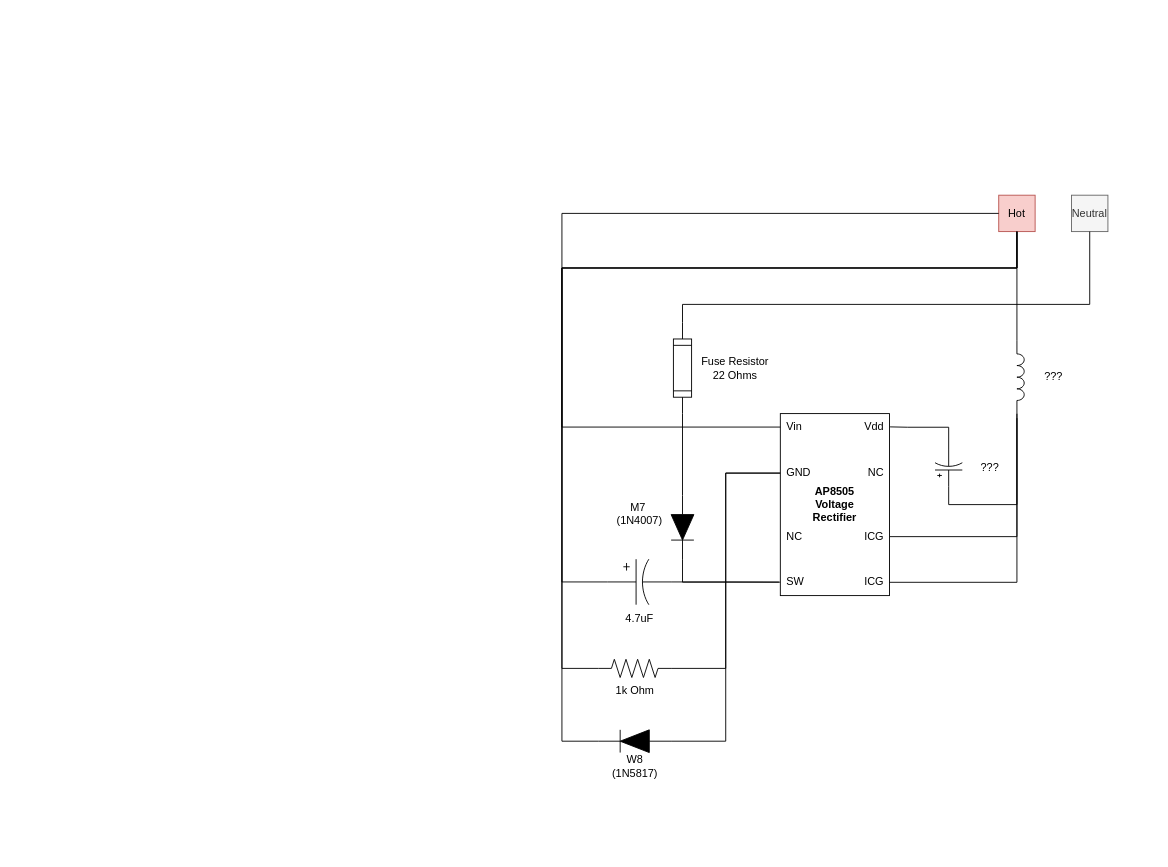
This is documentation/circuit.drawio from mannndrew/BrewBuddy, a draw.io file, before an edit. Source tidied: cells renumbered, new cells numbered last; positions are measured from the earlier drawing's top-left corner, leaving out a move shared by most shapes. Both pictures are drawn from the tidied source at 91%, with x=0, y=0 at pixel (561, 195).
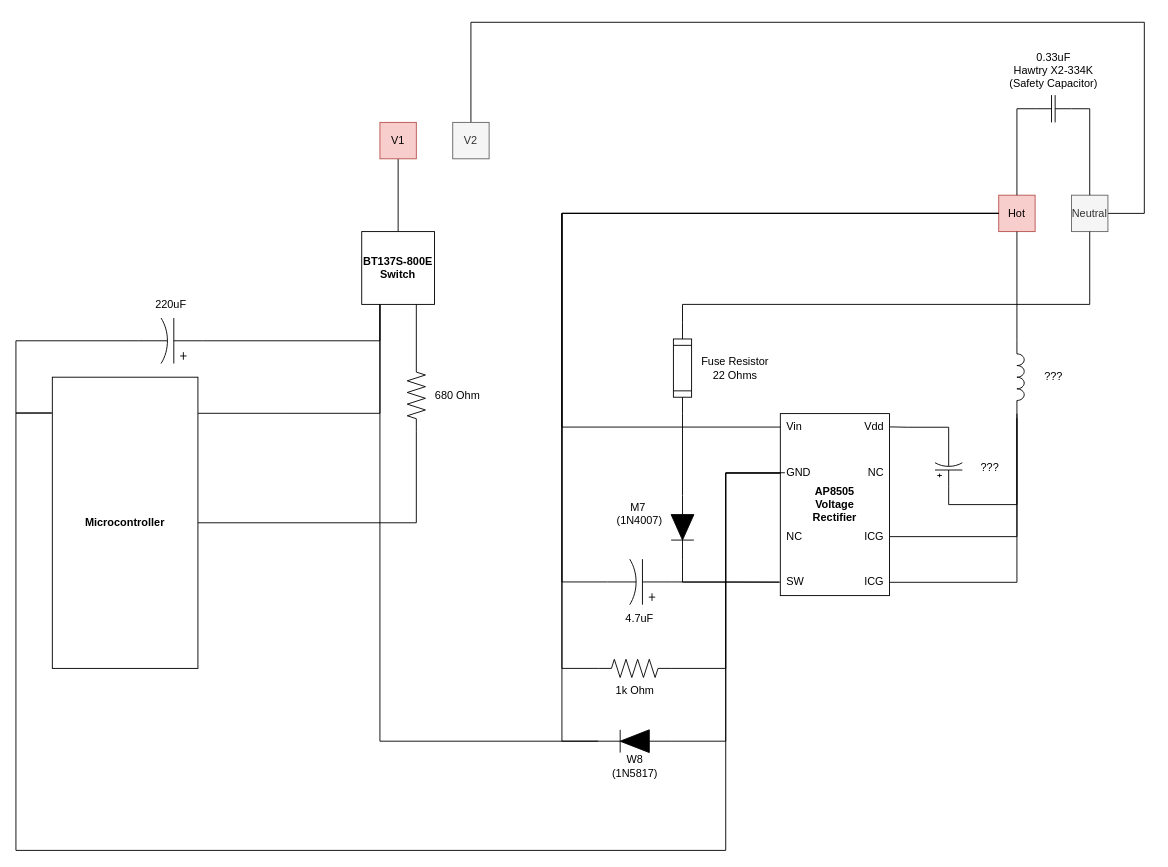
The same page after the edit.

Unchanged cells that the change refers to:
```xml
<mxCell id="2" value="&lt;b&gt;AP8505&lt;br&gt;Voltage&lt;/b&gt;&lt;div&gt;&lt;b&gt;Rectifier&lt;/b&gt;&lt;/div&gt;" style="whiteSpace=wrap;html=1;" parent="1" vertex="1">
  <mxGeometry x="240" y="240" width="120" height="200" as="geometry" />
</mxCell>
<mxCell id="4" value="GND" style="text;html=1;align=left;verticalAlign=middle;points=[];strokeColor=none;fillColor=none;" parent="1" vertex="1">
  <mxGeometry x="245" y="290" width="50" height="30" as="geometry" />
</mxCell>
<mxCell id="11" value="Hot" style="rounded=0;whiteSpace=wrap;html=1;fillColor=#f8cecc;strokeColor=#b85450;" parent="1" vertex="1">
  <mxGeometry x="480" width="40" height="40" as="geometry" />
</mxCell>
<mxCell id="12" value="Neutral" style="rounded=0;whiteSpace=wrap;html=1;fillColor=#f5f5f5;strokeColor=#666666;fontColor=#333333;" parent="1" vertex="1">
  <mxGeometry x="560" width="40" height="40" as="geometry" />
</mxCell>
<mxCell id="34" style="verticalLabelPosition=bottom;shadow=0;dashed=0;align=center;html=1;verticalAlign=top;shape=mxgraph.electrical.resistors.resistor_2;" parent="1" vertex="1">
  <mxGeometry x="40" y="510" width="80" height="20" as="geometry" />
</mxCell>
<mxCell id="36" style="fillColor=strokeColor;verticalLabelPosition=bottom;shadow=0;dashed=0;align=center;html=1;verticalAlign=top;shape=mxgraph.electrical.diodes.diode;direction=west;" parent="1" vertex="1">
  <mxGeometry x="40" y="587.5" width="80" height="25" as="geometry" />
</mxCell>
```

What changed in the source:
```diff
@@
+    <mxCell id="42" style="edgeStyle=orthogonalEdgeStyle;rounded=0;jettySize=auto;html=1;entryX=0.5;entryY=1;entryDx=0;entryDy=0;" parent="1" edge="1" source="12" target="52">
+      <mxGeometry relative="1" as="geometry">
+        <Array as="points">
+          <mxPoint x="640" y="20" />
+          <mxPoint x="640" y="-190" />
+          <mxPoint x="-100" y="-190" />
+        </Array>
+      </mxGeometry>
+    </mxCell>
@@
     <mxCell id="13" style="edgeStyle=orthogonalEdgeStyle;rounded=0;jettySize=auto;html=1;entryX=0;entryY=0.074;entryDx=0;entryDy=0;entryPerimeter=0;endArrow=none;endFill=0;" parent="1" edge="1" source="11" target="2">
       <mxGeometry relative="1" as="geometry">
         <Array as="points">
-          <mxPoint x="500" y="80" />
-          <mxPoint y="80" />
+          <mxPoint y="20" />
           <mxPoint y="255" />
         </Array>
       </mxGeometry>
     </mxCell>
@@
-    <mxCell id="15" style="verticalLabelPosition=bottom;shadow=0;dashed=0;align=center;html=1;verticalAlign=top;shape=mxgraph.electrical.capacitors.capacitor_3;direction=east;" parent="1" vertex="1">
+    <mxCell id="15" style="verticalLabelPosition=bottom;shadow=0;dashed=0;align=center;html=1;verticalAlign=top;shape=mxgraph.electrical.capacitors.capacitor_3;direction=west;" parent="1" vertex="1">
       <mxGeometry x="50" y="400" width="70" height="50" as="geometry" />
     </mxCell>
-    <mxCell id="16" style="edgeStyle=orthogonalEdgeStyle;rounded=0;jettySize=auto;html=1;exitX=1;exitY=0.5;exitDx=0;exitDy=0;exitPerimeter=0;entryX=-0.001;entryY=0.926;entryDx=0;entryDy=0;entryPerimeter=0;endArrow=none;endFill=0;" parent="1" edge="1" source="15" target="2">
-      <mxGeometry relative="1" as="geometry" />
+    <mxCell id="16" style="edgeStyle=orthogonalEdgeStyle;rounded=0;jettySize=auto;html=1;exitX=0;exitY=0.5;exitDx=0;exitDy=0;exitPerimeter=0;entryX=-0.001;entryY=0.926;entryDx=0;entryDy=0;entryPerimeter=0;endArrow=none;endFill=0;" parent="1" edge="1" source="15" target="2">
+      <mxGeometry relative="1" as="geometry">
+        <Array as="points">
+          <mxPoint x="180" y="425" />
+          <mxPoint x="180" y="425" />
+        </Array>
+      </mxGeometry>
     </mxCell>
@@
-    <mxCell id="19" style="edgeStyle=orthogonalEdgeStyle;rounded=0;jettySize=auto;html=1;entryX=0;entryY=0.5;entryDx=0;entryDy=0;entryPerimeter=0;endArrow=none;endFill=0;" parent="1" edge="1" source="11" target="15">
+    <mxCell id="19" style="edgeStyle=orthogonalEdgeStyle;rounded=0;jettySize=auto;html=1;endArrow=none;endFill=0;entryX=1;entryY=0.5;entryDx=0;entryDy=0;entryPerimeter=0;" parent="1" edge="1" source="11" target="15">
       <mxGeometry relative="1" as="geometry">
         <Array as="points">
-          <mxPoint x="500" y="80" />
-          <mxPoint y="80" />
+          <mxPoint y="20" />
           <mxPoint y="425" />
         </Array>
       </mxGeometry>
     </mxCell>
@@
+    <mxCell id="43" style="edgeStyle=orthogonalEdgeStyle;rounded=0;jettySize=auto;html=1;exitX=1;exitY=0.5;exitDx=0;exitDy=0;exitPerimeter=0;entryX=0.25;entryY=1;entryDx=0;entryDy=0;endArrow=none;endFill=0;" parent="1" edge="1" source="36" target="50">
+      <mxGeometry relative="1" as="geometry" />
+    </mxCell>
@@
     <mxCell id="38" style="edgeStyle=orthogonalEdgeStyle;rounded=0;jettySize=auto;html=1;entryX=0;entryY=0.5;entryDx=0;entryDy=0;entryPerimeter=0;endArrow=none;endFill=0;" parent="1" edge="1" source="11" target="34">
       <mxGeometry relative="1" as="geometry">
         <Array as="points">
-          <mxPoint x="500" y="80" />
-          <mxPoint y="80" />
+          <mxPoint y="20" />
           <mxPoint y="520" />
         </Array>
       </mxGeometry>
     </mxCell>
@@
+    <mxCell id="44" style="edgeStyle=orthogonalEdgeStyle;rounded=0;jettySize=auto;html=1;exitX=0;exitY=0.5;exitDx=0;exitDy=0;exitPerimeter=0;entryX=0.5;entryY=0;entryDx=0;entryDy=0;endArrow=none;endFill=0;" parent="1" edge="1" source="46" target="11">
+      <mxGeometry relative="1" as="geometry" />
+    </mxCell>
+    <mxCell id="45" style="edgeStyle=orthogonalEdgeStyle;rounded=0;jettySize=auto;html=1;exitX=1;exitY=0.5;exitDx=0;exitDy=0;exitPerimeter=0;entryX=0.5;entryY=0;entryDx=0;entryDy=0;endArrow=none;endFill=0;" parent="1" edge="1" source="46" target="12">
+      <mxGeometry relative="1" as="geometry" />
+    </mxCell>
+    <mxCell id="46" style="verticalLabelPosition=bottom;shadow=0;dashed=0;align=center;html=1;verticalAlign=top;shape=mxgraph.electrical.capacitors.capacitor_1;" parent="1" vertex="1">
+      <mxGeometry x="520" y="-110" width="40" height="30" as="geometry" />
+    </mxCell>
+    <mxCell id="47" value="&lt;div&gt;0.33uF&lt;/div&gt;Hawtry X2-334K&lt;div&gt;(Safety Capacitor)&lt;/div&gt;" style="text;html=1;align=center;verticalAlign=middle;strokeColor=none;fillColor=none;" parent="1" vertex="1">
+      <mxGeometry x="480" y="-167" width="120" height="60" as="geometry" />
+    </mxCell>
+    <mxCell id="48" style="edgeStyle=orthogonalEdgeStyle;rounded=0;jettySize=auto;html=1;exitX=0.5;exitY=0;exitDx=0;exitDy=0;entryX=0.5;entryY=1;entryDx=0;entryDy=0;endArrow=none;endFill=0;" parent="1" edge="1" source="50" target="51">
+      <mxGeometry relative="1" as="geometry" />
+    </mxCell>
+    <mxCell id="49" style="edgeStyle=orthogonalEdgeStyle;rounded=0;jettySize=auto;html=1;exitX=0.25;exitY=1;exitDx=0;exitDy=0;endArrow=none;endFill=0;entryX=0.999;entryY=0.124;entryDx=0;entryDy=0;entryPerimeter=0;" parent="1" edge="1" source="50" target="56">
+      <mxGeometry relative="1" as="geometry">
+        <Array as="points">
+          <mxPoint x="-200" y="240" />
+          <mxPoint x="-400" y="240" />
+        </Array>
+      </mxGeometry>
+    </mxCell>
+    <mxCell id="50" value="&lt;b&gt;BT137S-800E&lt;br&gt;Switch&lt;/b&gt;" style="rounded=0;whiteSpace=wrap;html=1;" parent="1" vertex="1">
+      <mxGeometry x="-220" y="40" width="80" height="80" as="geometry" />
+    </mxCell>
+    <mxCell id="51" value="V1" style="rounded=0;whiteSpace=wrap;html=1;fillColor=#f8cecc;strokeColor=#b85450;" parent="1" vertex="1">
+      <mxGeometry x="-200" y="-80" width="40" height="40" as="geometry" />
+    </mxCell>
+    <mxCell id="52" value="V2" style="rounded=0;whiteSpace=wrap;html=1;fillColor=#f5f5f5;strokeColor=#666666;fontColor=#333333;" parent="1" vertex="1">
+      <mxGeometry x="-120" y="-80" width="40" height="40" as="geometry" />
+    </mxCell>
+    <mxCell id="53" style="edgeStyle=orthogonalEdgeStyle;rounded=0;jettySize=auto;html=1;exitX=0;exitY=0.5;exitDx=0;exitDy=0;exitPerimeter=0;entryX=0.75;entryY=1;entryDx=0;entryDy=0;endArrow=none;endFill=0;" parent="1" edge="1" source="54" target="50">
+      <mxGeometry relative="1" as="geometry" />
+    </mxCell>
+    <mxCell id="54" style="verticalLabelPosition=bottom;shadow=0;dashed=0;align=center;html=1;verticalAlign=top;shape=mxgraph.electrical.resistors.resistor_2;direction=south;" parent="1" vertex="1">
+      <mxGeometry x="-170" y="180" width="20" height="80" as="geometry" />
+    </mxCell>
+    <mxCell id="55" value="680 Ohm" style="text;html=1;align=center;verticalAlign=middle;strokeColor=none;fillColor=none;" parent="1" vertex="1">
+      <mxGeometry x="-150" y="205" width="70" height="30" as="geometry" />
+    </mxCell>
+    <mxCell id="56" value="&lt;b&gt;Microcontroller&lt;/b&gt;" style="rounded=0;whiteSpace=wrap;html=1;" parent="1" vertex="1">
+      <mxGeometry x="-560" y="200" width="160" height="320" as="geometry" />
+    </mxCell>
+    <mxCell id="57" style="edgeStyle=orthogonalEdgeStyle;rounded=0;jettySize=auto;html=1;exitX=1;exitY=0.5;exitDx=0;exitDy=0;entryX=1;entryY=0.5;entryDx=0;entryDy=0;entryPerimeter=0;endArrow=none;endFill=0;" parent="1" edge="1" source="56" target="54">
+      <mxGeometry relative="1" as="geometry" />
+    </mxCell>
+    <mxCell id="58" style="verticalLabelPosition=bottom;shadow=0;dashed=0;align=center;html=1;verticalAlign=top;shape=mxgraph.electrical.capacitors.capacitor_3;direction=west;" parent="1" vertex="1">
+      <mxGeometry x="-465" y="135" width="70" height="50" as="geometry" />
+    </mxCell>
+    <mxCell id="59" style="edgeStyle=orthogonalEdgeStyle;rounded=0;jettySize=auto;html=1;exitX=1;exitY=0.5;exitDx=0;exitDy=0;exitPerimeter=0;entryX=-0.002;entryY=0.123;entryDx=0;entryDy=0;entryPerimeter=0;endArrow=none;endFill=0;" parent="1" edge="1" source="58" target="56">
+      <mxGeometry relative="1" as="geometry">
+        <Array as="points">
+          <mxPoint x="-480" y="160" />
+          <mxPoint x="-600" y="160" />
+          <mxPoint x="-600" y="239" />
+        </Array>
+      </mxGeometry>
+    </mxCell>
+    <mxCell id="60" style="edgeStyle=orthogonalEdgeStyle;rounded=0;jettySize=auto;html=1;exitX=0.25;exitY=1;exitDx=0;exitDy=0;entryX=0;entryY=0.5;entryDx=0;entryDy=0;entryPerimeter=0;endArrow=none;endFill=0;" parent="1" edge="1" source="50" target="58">
+      <mxGeometry relative="1" as="geometry" />
+    </mxCell>
+    <mxCell id="61" style="edgeStyle=orthogonalEdgeStyle;rounded=0;jettySize=auto;html=1;entryX=-0.006;entryY=0.123;entryDx=0;entryDy=0;entryPerimeter=0;endArrow=none;endFill=0;" parent="1" edge="1" source="4" target="56">
+      <mxGeometry relative="1" as="geometry">
+        <Array as="points">
+          <mxPoint x="180" y="305" />
+          <mxPoint x="180" y="720" />
+          <mxPoint x="-600" y="720" />
+          <mxPoint x="-600" y="239" />
+        </Array>
+      </mxGeometry>
+    </mxCell>
+    <mxCell id="62" value="220uF" style="text;html=1;align=center;verticalAlign=middle;strokeColor=none;fillColor=none;" parent="1" vertex="1">
+      <mxGeometry x="-460" y="105" width="60" height="30" as="geometry" />
+    </mxCell>
```
